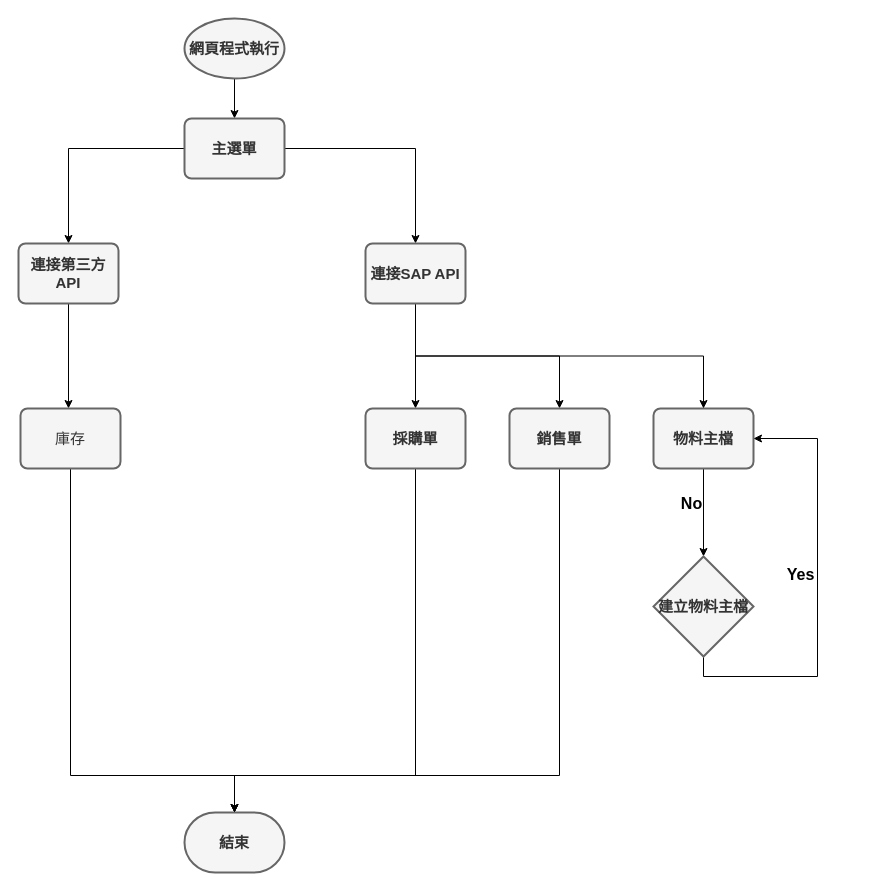
Above: 流程圖.drawio in calvink11/project (draw.io), before the change. Source tidied: cells renumbered, new cells numbered last; positions are measured from the earlier drawing's top-left corner, leaving out a move shared by most shapes. Both pictures are drawn from the tidied source at 100%, with x=0, y=0 at pixel (18, 18).
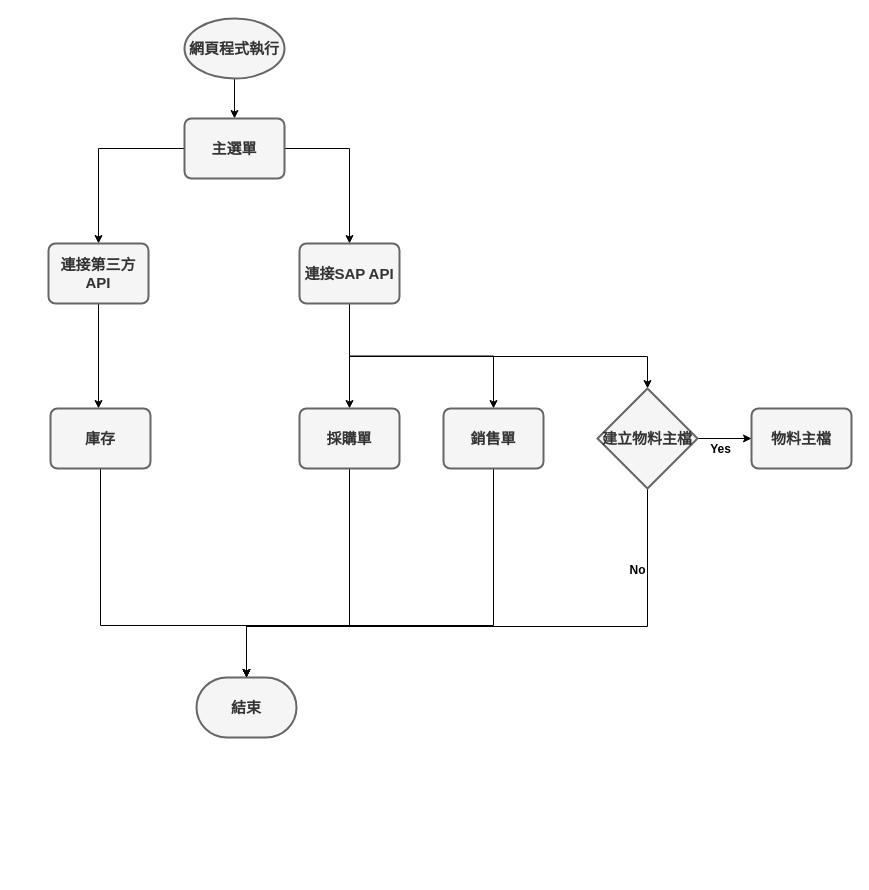
The same diagram, later.

Commit message:
更新流程圖.drawio

The edit, as a diff of the source:
```diff
@@
-    <mxCell id="8" style="edgeStyle=orthogonalEdgeStyle;rounded=0;jettySize=auto;html=1;exitX=0.5;exitY=1;exitDx=0;exitDy=0;strokeColor=#000000;" parent="1" edge="1" source="10" target="18">
-      <mxGeometry relative="1" as="geometry" />
-    </mxCell>
-    <mxCell id="9" value="No" style="edgeLabel;html=1;align=center;verticalAlign=middle;labelBackgroundColor=none;fontColor=#000000;fontSize=16;fontStyle=1;" parent="8" vertex="1">
-      <mxGeometry x="-0.35" y="1" relative="1" as="geometry">
-        <mxPoint x="-14" y="5" as="offset" />
-      </mxGeometry>
-    </mxCell>
     <mxCell id="10" value="物料主檔" style="rounded=1;whiteSpace=wrap;html=1;absoluteArcSize=1;arcSize=14;strokeWidth=2;fillColor=#f5f5f5;fontColor=#333333;strokeColor=#666666;fontStyle=1;fontSize=15;" parent="1" vertex="1">
-      <mxGeometry x="635" y="390" width="100" height="60" as="geometry" />
+      <mxGeometry x="733" y="390" width="100" height="60" as="geometry" />
     </mxCell>
-    <mxCell id="11" style="edgeStyle=orthogonalEdgeStyle;rounded=0;jettySize=auto;html=1;exitX=0.5;exitY=1;exitDx=0;exitDy=0;entryX=0.5;entryY=0;entryDx=0;entryDy=0;strokeColor=#000000;" parent="1" edge="1" source="14" target="10">
-      <mxGeometry relative="1" as="geometry" />
-    </mxCell>
@@
+    <mxCell id="27" style="edgeStyle=orthogonalEdgeStyle;rounded=0;jettySize=auto;html=1;exitX=0.5;exitY=1;exitDx=0;exitDy=0;entryX=0.5;entryY=0;entryDx=0;entryDy=0;entryPerimeter=0;strokeColor=#000000;" parent="1" edge="1" source="14" target="18">
+      <mxGeometry relative="1" as="geometry">
+        <Array as="points">
+          <mxPoint x="331" y="338" />
+          <mxPoint x="629" y="338" />
+        </Array>
+      </mxGeometry>
+    </mxCell>
     <mxCell id="14" value="連接SAP API" style="rounded=1;whiteSpace=wrap;html=1;absoluteArcSize=1;arcSize=14;strokeWidth=2;fillColor=#f5f5f5;fontColor=#333333;strokeColor=#666666;fontSize=15;fontStyle=1;" parent="1" vertex="1">
-      <mxGeometry x="347" y="225" width="100" height="60" as="geometry" />
+      <mxGeometry x="281" y="225" width="100" height="60" as="geometry" />
     </mxCell>
@@
     <mxCell id="16" value="連接第三方API" style="rounded=1;whiteSpace=wrap;html=1;absoluteArcSize=1;arcSize=14;strokeWidth=2;fillColor=#f5f5f5;fontColor=#333333;strokeColor=#666666;fontSize=15;fontStyle=1;" parent="1" vertex="1">
-      <mxGeometry y="225" width="100" height="60" as="geometry" />
+      <mxGeometry x="30" y="225" width="100" height="60" as="geometry" />
     </mxCell>
+    <mxCell id="28" style="edgeStyle=orthogonalEdgeStyle;rounded=0;jettySize=auto;html=1;exitX=0.5;exitY=1;exitDx=0;exitDy=0;exitPerimeter=0;entryX=0.5;entryY=0;entryDx=0;entryDy=0;entryPerimeter=0;strokeColor=#000000;fontColor=#000000;" parent="1" edge="1" source="18" target="21">
+      <mxGeometry relative="1" as="geometry">
+        <Array as="points">
+          <mxPoint x="629" y="608" />
+          <mxPoint x="228" y="608" />
+        </Array>
+      </mxGeometry>
+    </mxCell>
-    <mxCell id="17" style="edgeStyle=orthogonalEdgeStyle;rounded=0;jettySize=auto;html=1;exitX=0.5;exitY=1;exitDx=0;exitDy=0;exitPerimeter=0;strokeColor=#000000;entryX=1;entryY=0.5;entryDx=0;entryDy=0;" parent="1" edge="1" source="18" target="10">
-      <mxGeometry relative="1" as="geometry">
-        <Array as="points">
-          <mxPoint x="685" y="658" />
-          <mxPoint x="799" y="658" />
-          <mxPoint x="799" y="420" />
-        </Array>
-      </mxGeometry>
+    <mxCell id="17" style="edgeStyle=orthogonalEdgeStyle;rounded=0;jettySize=auto;html=1;exitX=1;exitY=0.5;exitDx=0;exitDy=0;exitPerimeter=0;entryX=0;entryY=0.5;entryDx=0;entryDy=0;strokeColor=#000000;fontColor=#000000;" parent="1" edge="1" source="18" target="10">
+      <mxGeometry relative="1" as="geometry" />
     </mxCell>
     <mxCell id="18" value="建立物料主檔" style="strokeWidth=2;html=1;shape=mxgraph.flowchart.decision;whiteSpace=wrap;fillColor=#f5f5f5;fontColor=#333333;strokeColor=#666666;fontStyle=1;fontSize=15;" parent="1" vertex="1">
-      <mxGeometry x="635" y="538" width="100" height="100" as="geometry" />
+      <mxGeometry x="579" y="370" width="100" height="100" as="geometry" />
     </mxCell>
-    <mxCell id="19" style="edgeStyle=orthogonalEdgeStyle;rounded=0;jettySize=auto;html=1;exitX=0.5;exitY=1;exitDx=0;exitDy=0;entryX=0.5;entryY=0;entryDx=0;entryDy=0;entryPerimeter=0;strokeColor=#000000;" parent="1" edge="1" source="20" target="21">
+    <mxCell id="19" style="edgeStyle=orthogonalEdgeStyle;rounded=0;jettySize=auto;html=1;exitX=0.5;exitY=1;exitDx=0;exitDy=0;strokeColor=#000000;entryX=0.5;entryY=0;entryDx=0;entryDy=0;entryPerimeter=0;" parent="1" edge="1" source="20" target="21">
       <mxGeometry relative="1" as="geometry">
         <Array as="points">
-          <mxPoint x="52" y="757" />
-          <mxPoint x="216" y="757" />
+          <mxPoint x="82" y="607" />
+          <mxPoint x="228" y="607" />
         </Array>
       </mxGeometry>
     </mxCell>
-    <mxCell id="20" value="庫存" style="rounded=1;whiteSpace=wrap;html=1;absoluteArcSize=1;arcSize=14;strokeWidth=2;fillColor=#f5f5f5;fontColor=#333333;strokeColor=#666666;fontSize=15;" parent="1" vertex="1">
-      <mxGeometry x="2" y="390" width="100" height="60" as="geometry" />
+    <mxCell id="20" value="&lt;b&gt;庫存&lt;/b&gt;" style="rounded=1;whiteSpace=wrap;html=1;absoluteArcSize=1;arcSize=14;strokeWidth=2;fillColor=#f5f5f5;fontColor=#333333;strokeColor=#666666;fontSize=15;" parent="1" vertex="1">
+      <mxGeometry x="32" y="390" width="100" height="60" as="geometry" />
     </mxCell>
     <mxCell id="21" value="結束" style="strokeWidth=2;html=1;shape=mxgraph.flowchart.terminator;whiteSpace=wrap;fillColor=#f5f5f5;fontColor=#333333;strokeColor=#666666;fontStyle=1;fontSize=15;" parent="1" vertex="1">
-      <mxGeometry x="166" y="794" width="100" height="60" as="geometry" />
+      <mxGeometry x="178" y="659" width="100" height="60" as="geometry" />
     </mxCell>
-    <mxCell id="22" value="Yes" style="edgeLabel;html=1;align=center;verticalAlign=middle;labelBackgroundColor=none;fontColor=#000000;fontSize=16;fontStyle=1;" parent="1" vertex="1">
-      <mxGeometry x="791" y="555" as="geometry">
-        <mxPoint x="-10" as="offset" />
-      </mxGeometry>
-    </mxCell>
     <mxCell id="23" style="edgeStyle=orthogonalEdgeStyle;rounded=0;jettySize=auto;html=1;exitX=0.5;exitY=1;exitDx=0;exitDy=0;entryX=0.5;entryY=0;entryDx=0;entryDy=0;entryPerimeter=0;strokeColor=#000000;" parent="1" edge="1" source="24" target="21">
       <mxGeometry relative="1" as="geometry">
         <Array as="points">
-          <mxPoint x="541" y="757" />
-          <mxPoint x="216" y="757" />
+          <mxPoint x="475" y="607" />
+          <mxPoint x="228" y="607" />
         </Array>
       </mxGeometry>
     </mxCell>
     <mxCell id="24" value="銷售單" style="rounded=1;whiteSpace=wrap;html=1;absoluteArcSize=1;arcSize=14;strokeWidth=2;fillColor=#f5f5f5;fontColor=#333333;strokeColor=#666666;fontStyle=1;fontSize=15;" parent="1" vertex="1">
-      <mxGeometry x="491" y="390" width="100" height="60" as="geometry" />
+      <mxGeometry x="425" y="390" width="100" height="60" as="geometry" />
     </mxCell>
-    <mxCell id="25" style="edgeStyle=orthogonalEdgeStyle;rounded=0;jettySize=auto;html=1;exitX=0.5;exitY=1;exitDx=0;exitDy=0;strokeColor=#000000;entryX=0.5;entryY=0;entryDx=0;entryDy=0;entryPerimeter=0;" parent="1" edge="1" source="26" target="21">
+    <mxCell id="25" style="edgeStyle=orthogonalEdgeStyle;rounded=0;jettySize=auto;html=1;exitX=0.5;exitY=1;exitDx=0;exitDy=0;entryX=0.5;entryY=0;entryDx=0;entryDy=0;entryPerimeter=0;strokeColor=#000000;" parent="1" edge="1" source="26" target="21">
       <mxGeometry relative="1" as="geometry">
         <Array as="points">
-          <mxPoint x="397" y="757" />
-          <mxPoint x="216" y="757" />
+          <mxPoint x="331" y="608" />
+          <mxPoint x="228" y="608" />
         </Array>
       </mxGeometry>
     </mxCell>
     <mxCell id="26" value="採購單" style="rounded=1;whiteSpace=wrap;html=1;absoluteArcSize=1;arcSize=14;strokeWidth=2;fillColor=#f5f5f5;fontColor=#333333;strokeColor=#666666;fontStyle=1;fontSize=15;" parent="1" vertex="1">
-      <mxGeometry x="347" y="390" width="100" height="60" as="geometry" />
+      <mxGeometry x="281" y="390" width="100" height="60" as="geometry" />
     </mxCell>
+    <mxCell id="9" value="&lt;b&gt;&lt;font color=&quot;#000000&quot;&gt;No&lt;/font&gt;&lt;/b&gt;" style="text;html=1;align=center;verticalAlign=middle;" parent="1" vertex="1">
+      <mxGeometry x="602" y="539" width="34" height="26" as="geometry" />
+    </mxCell>
+    <mxCell id="22" value="&lt;b&gt;&lt;font color=&quot;#000000&quot;&gt;Yes&lt;/font&gt;&lt;/b&gt;" style="text;html=1;align=center;verticalAlign=middle;" parent="1" vertex="1">
+      <mxGeometry x="682" y="418" width="39" height="26" as="geometry" />
+    </mxCell>
```
